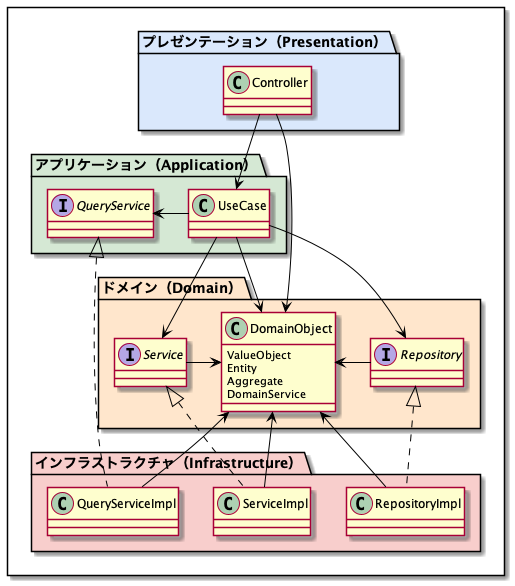
The PlantUML diagram diagrams/LayerStructure_TypicalClass/LayerStructure_TypicalClass.png in TakashiOnawa/ddd-architecture, before a commit.
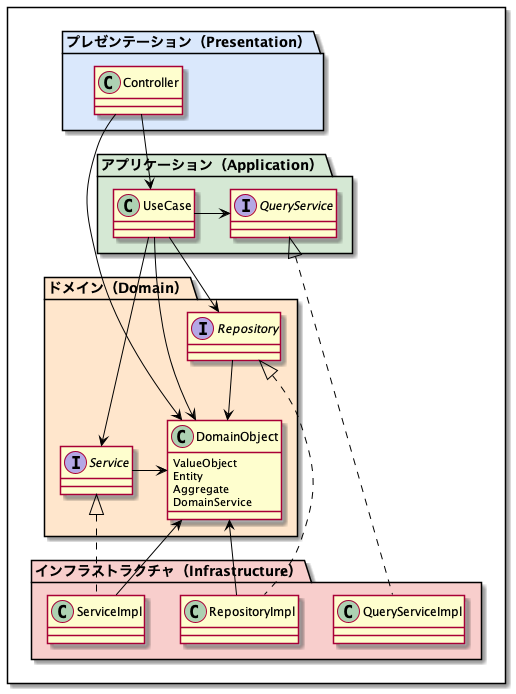
Later version of the same file.

Diff of the diagram source:
```diff
@@ -35,21 +35,20 @@
     Controller --> UseCase
     Controller --> DomainObject
 
-    UseCase -> QueryService
     UseCase --> DomainObject
     UseCase --> Repository
     UseCase --> Service
+    UseCase -> QueryService
 
     RepositoryImpl .up.|> Repository
     ServiceImpl .up.|> Service
     QueryServiceImpl .up.|> QueryService
 
-    Repository -> DomainObject
+    Repository --> DomainObject
     Service -> DomainObject
 
     RepositoryImpl -up-> DomainObject
     ServiceImpl -up-> DomainObject
-    QueryServiceImpl -up-> DomainObject
 }
 
 @enduml
```
